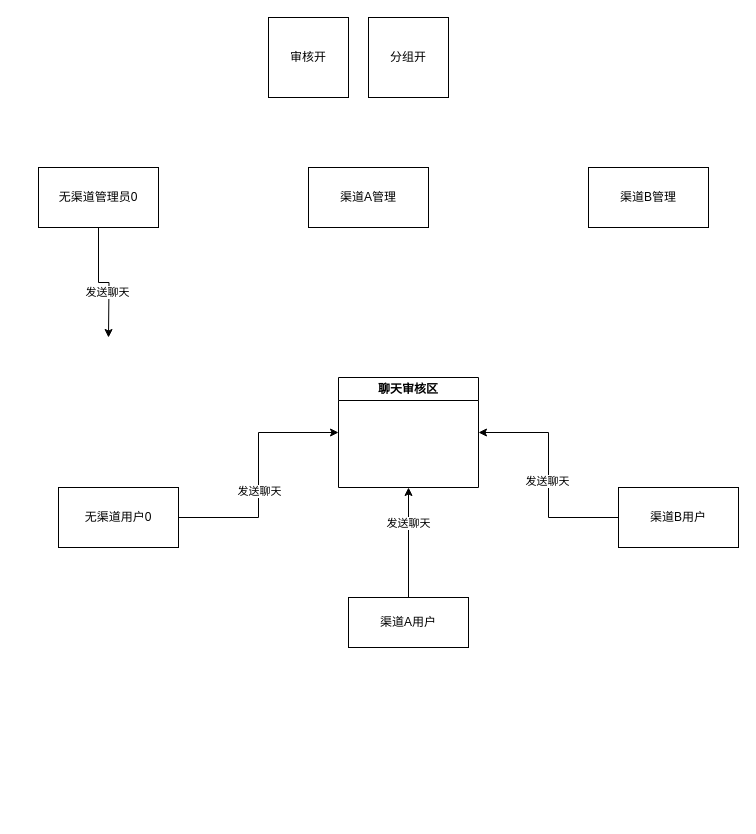
Before: 未命名绘图.drawio in mark0758/ajax, a draw.io diagram. Source tidied: cells renumbered, new cells numbered last; positions are measured from the earlier drawing's top-left corner, leaving out a move shared by most shapes. Both pictures are drawn from the tidied source at 100%, with x=0, y=0 at pixel (38, 17).
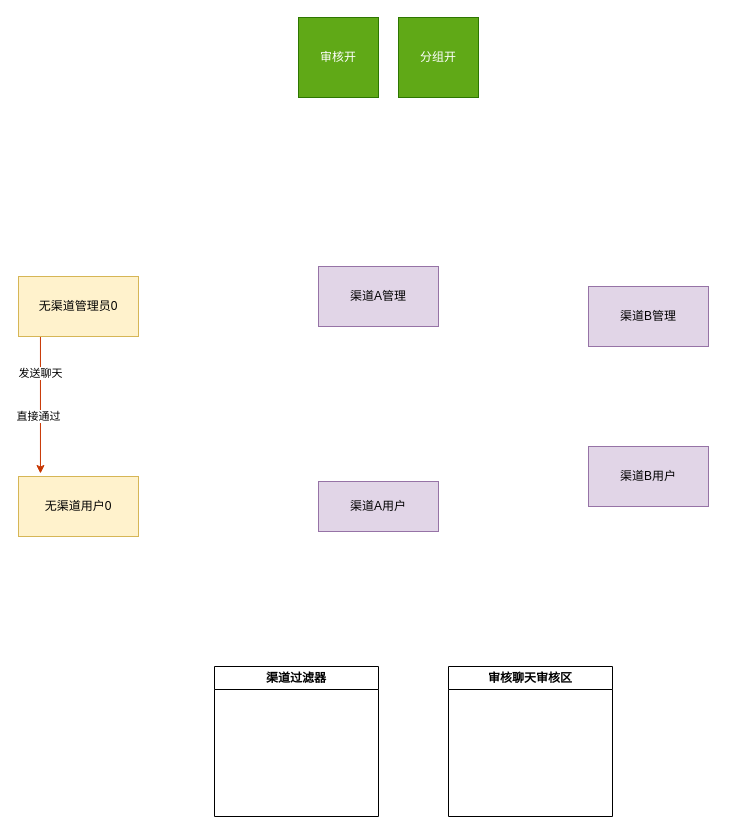
The same page after the edit.

What changed in the source:
```diff
@@
 <mxGraphModel>
   <root>
     <mxCell id="0" />
     <mxCell id="1" parent="0" />
-    <mxCell id="2" value="审核开" style="whiteSpace=wrap;html=1;" parent="1" vertex="1">
-      <mxGeometry x="230" width="80" height="80" as="geometry" />
+    <mxCell id="2" value="审核开" style="whiteSpace=wrap;html=1;fillColor=#60a917;strokeColor=#2D7600;fontColor=#ffffff;" parent="1" vertex="1">
+      <mxGeometry x="260" width="80" height="80" as="geometry" />
     </mxCell>
-    <mxCell id="3" value="分组开" style="whiteSpace=wrap;html=1;" parent="1" vertex="1">
-      <mxGeometry x="330" width="80" height="80" as="geometry" />
+    <mxCell id="3" value="分组开" style="whiteSpace=wrap;html=1;fillColor=#60a917;strokeColor=#2D7600;fontColor=#ffffff;" parent="1" vertex="1">
+      <mxGeometry x="360" width="80" height="80" as="geometry" />
     </mxCell>
-    <mxCell id="4" style="edgeStyle=orthogonalEdgeStyle;rounded=0;jettySize=auto;html=1;" parent="1" edge="1" source="6">
-      <mxGeometry relative="1" as="geometry">
-        <mxPoint x="70" y="320" as="targetPoint" />
-      </mxGeometry>
+    <mxCell id="4" style="edgeStyle=orthogonalEdgeStyle;rounded=0;jettySize=auto;html=1;entryX=0.183;entryY=-0.05;entryDx=0;entryDy=0;fillColor=#fa6800;strokeColor=#C73500;exitX=0.183;exitY=0.983;exitDx=0;exitDy=0;exitPerimeter=0;entryPerimeter=0;" parent="1" edge="1" source="6" target="11">
+      <mxGeometry relative="1" as="geometry" />
     </mxCell>
     <mxCell id="5" value="发送聊天" style="edgeLabel;html=1;align=center;verticalAlign=middle;" parent="4" vertex="1">
-      <mxGeometry x="0.25" y="-2" relative="1" as="geometry" />
+      <mxGeometry x="0.25" y="-2" relative="1" as="geometry">
+        <mxPoint x="2" y="-48" as="offset" />
+      </mxGeometry>
     </mxCell>
+    <mxCell id="19" value="直接通过" style="edgeLabel;html=1;align=center;verticalAlign=middle;" parent="4" vertex="1">
+      <mxGeometry x="0.18" y="-2" relative="1" as="geometry" />
+    </mxCell>
-    <mxCell id="6" value="无渠道管理员0" style="rounded=0;whiteSpace=wrap;html=1;" parent="1" vertex="1">
-      <mxGeometry y="150" width="120" height="60" as="geometry" />
+    <mxCell id="6" value="无渠道管理员0" style="rounded=0;whiteSpace=wrap;html=1;fillColor=#fff2cc;strokeColor=#d6b656;" parent="1" vertex="1">
+      <mxGeometry x="-20" y="259" width="120" height="60" as="geometry" />
     </mxCell>
-    <mxCell id="7" value="渠道A管理" style="rounded=0;whiteSpace=wrap;html=1;" parent="1" vertex="1">
-      <mxGeometry x="270" y="150" width="120" height="60" as="geometry" />
+    <mxCell id="7" value="渠道A管理" style="rounded=0;whiteSpace=wrap;html=1;fillColor=#e1d5e7;strokeColor=#9673a6;" parent="1" vertex="1">
+      <mxGeometry x="280" y="249" width="120" height="60" as="geometry" />
     </mxCell>
-    <mxCell id="8" value="渠道B管理" style="rounded=0;whiteSpace=wrap;html=1;" parent="1" vertex="1">
-      <mxGeometry x="550" y="150" width="120" height="60" as="geometry" />
+    <mxCell id="8" value="渠道B管理" style="rounded=0;whiteSpace=wrap;html=1;fillColor=#e1d5e7;strokeColor=#9673a6;" parent="1" vertex="1">
+      <mxGeometry x="550" y="269" width="120" height="60" as="geometry" />
     </mxCell>
-    <mxCell id="9" style="edgeStyle=orthogonalEdgeStyle;rounded=0;jettySize=auto;html=1;entryX=0;entryY=0.5;entryDx=0;entryDy=0;" parent="1" edge="1" source="11" target="18">
-      <mxGeometry relative="1" as="geometry" />
-    </mxCell>
-    <mxCell id="10" value="发送聊天" style="edgeLabel;html=1;align=center;verticalAlign=middle;" parent="9" vertex="1">
-      <mxGeometry x="-0.13" relative="1" as="geometry" />
-    </mxCell>
-    <mxCell id="11" value="无渠道用户0" style="rounded=0;whiteSpace=wrap;html=1;" parent="1" vertex="1">
-      <mxGeometry x="20" y="470" width="120" height="60" as="geometry" />
+    <mxCell id="11" value="无渠道用户0" style="rounded=0;whiteSpace=wrap;html=1;fillColor=#fff2cc;strokeColor=#d6b656;" parent="1" vertex="1">
+      <mxGeometry x="-20" y="459" width="120" height="60" as="geometry" />
     </mxCell>
-    <mxCell id="12" style="edgeStyle=orthogonalEdgeStyle;rounded=0;jettySize=auto;html=1;exitX=0.5;exitY=0;exitDx=0;exitDy=0;entryX=0.5;entryY=1;entryDx=0;entryDy=0;" parent="1" edge="1" source="14" target="18">
-      <mxGeometry relative="1" as="geometry" />
-    </mxCell>
-    <mxCell id="13" value="发送聊天" style="edgeLabel;html=1;align=center;verticalAlign=middle;" parent="12" vertex="1">
-      <mxGeometry x="0.37" y="1" relative="1" as="geometry" />
-    </mxCell>
-    <mxCell id="14" value="渠道A用户" style="rounded=0;whiteSpace=wrap;html=1;" parent="1" vertex="1">
-      <mxGeometry x="310" y="580" width="120" height="50" as="geometry" />
+    <mxCell id="14" value="渠道A用户" style="rounded=0;whiteSpace=wrap;html=1;fillColor=#e1d5e7;strokeColor=#9673a6;" parent="1" vertex="1">
+      <mxGeometry x="280" y="464" width="120" height="50" as="geometry" />
     </mxCell>
-    <mxCell id="15" style="edgeStyle=orthogonalEdgeStyle;rounded=0;jettySize=auto;html=1;entryX=1;entryY=0.5;entryDx=0;entryDy=0;" parent="1" edge="1" source="17" target="18">
-      <mxGeometry relative="1" as="geometry" />
-    </mxCell>
-    <mxCell id="16" value="发送聊天" style="edgeLabel;html=1;align=center;verticalAlign=middle;" parent="15" vertex="1">
-      <mxGeometry x="-0.05" y="2" relative="1" as="geometry" />
-    </mxCell>
-    <mxCell id="17" value="渠道B用户" style="rounded=0;whiteSpace=wrap;html=1;" parent="1" vertex="1">
-      <mxGeometry x="580" y="470" width="120" height="60" as="geometry" />
+    <mxCell id="17" value="渠道B用户" style="rounded=0;whiteSpace=wrap;html=1;fillColor=#e1d5e7;strokeColor=#9673a6;" parent="1" vertex="1">
+      <mxGeometry x="550" y="429" width="120" height="60" as="geometry" />
     </mxCell>
-    <mxCell id="18" value="聊天审核区" style="swimlane;whiteSpace=wrap;html=1;" parent="1" vertex="1">
-      <mxGeometry x="300" y="360" width="140" height="110" as="geometry" />
-    </mxCell>
+    <mxCell id="20" value="渠道过滤器" style="swimlane;whiteSpace=wrap;html=1;" parent="1" vertex="1">
+      <mxGeometry x="176" y="649" width="164" height="150" as="geometry" />
+    </mxCell>
+    <mxCell id="21" value="审核聊天审核区" style="swimlane;whiteSpace=wrap;html=1;" parent="1" vertex="1">
+      <mxGeometry x="410" y="649" width="164" height="150" as="geometry" />
+    </mxCell>
   </root>
 </mxGraphModel>
```
